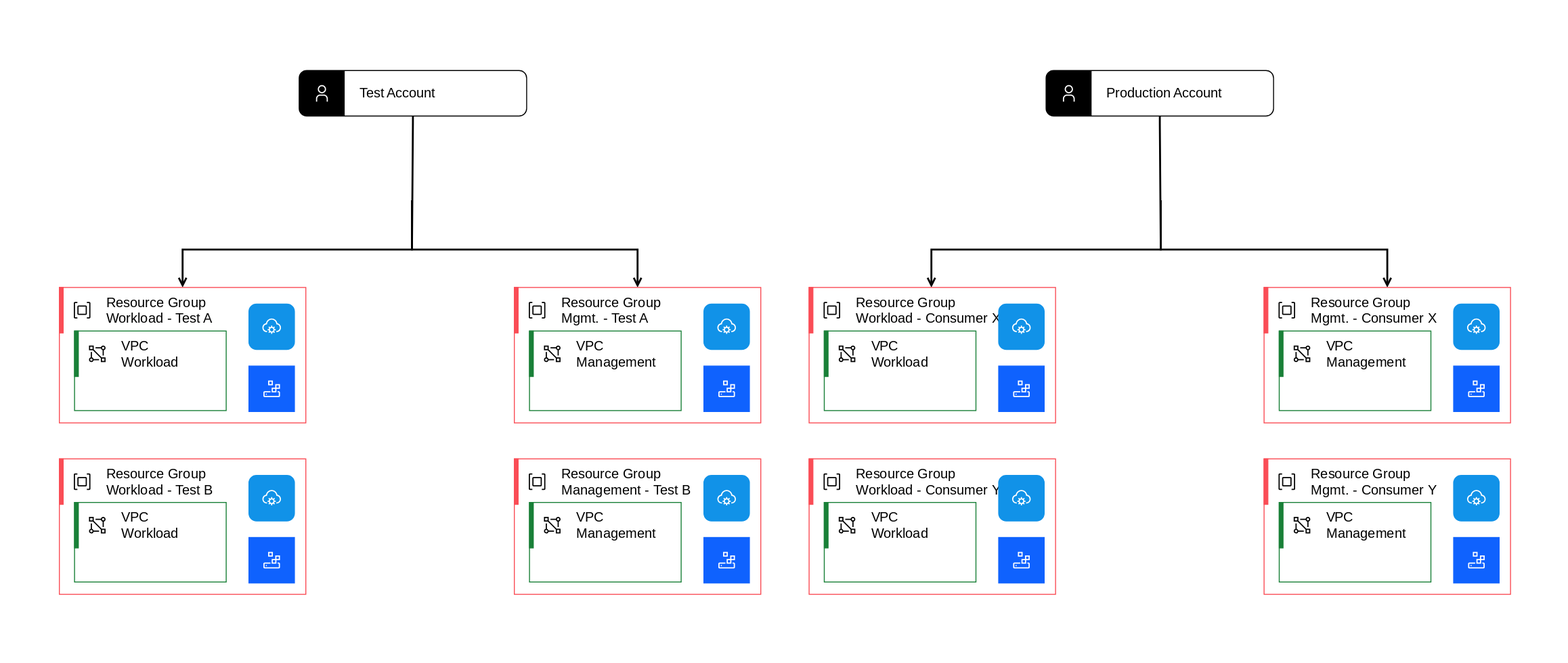
The draw.io diagram vpc/images/resource-organization/vpc-accounts-two-with-multiple-resource-groups-beta2.drawio.svg in ibm-cloud-docs/framework-financial-services, before a commit. Source tidied: cells renumbered, new cells last; positions are measured from the earlier drawing's top-left corner, leaving out a move shared by most shapes.
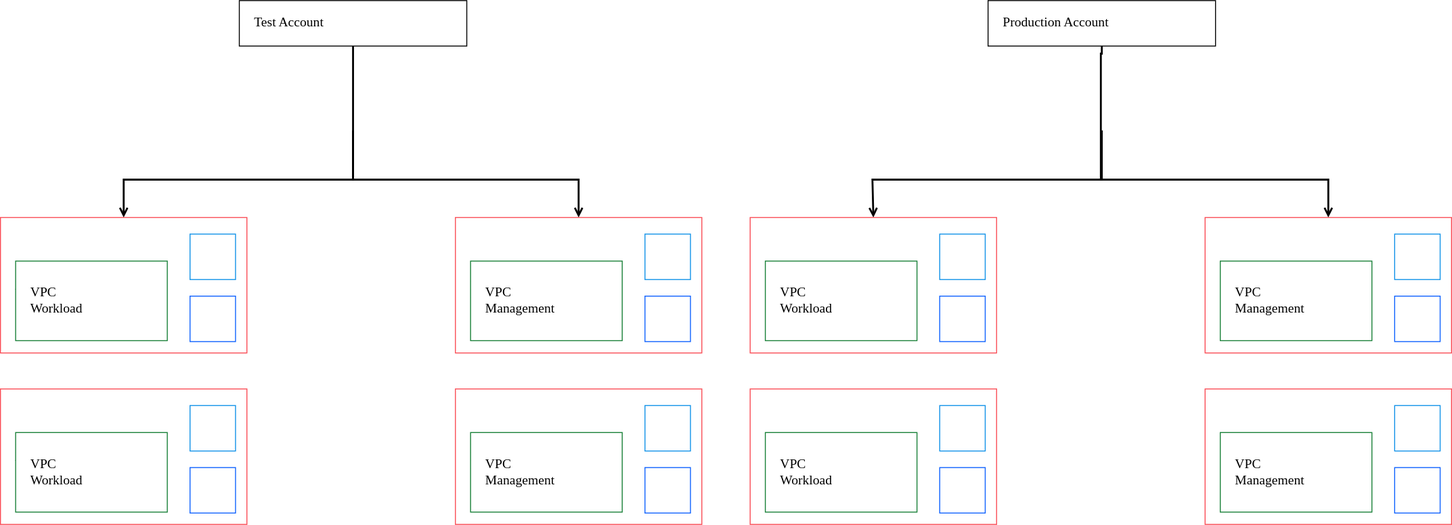
The same diagram one commit later.

Diff of the diagram source:
```diff
@@ -1,15 +1,15 @@
-<mxGraphModel>
+<mxGraphModel background="#FFFFFF">
   <root>
     <mxCell id="0" />
     <mxCell id="1" parent="0" />
     <object id="2" label="&lt;font style='font-size: 14px' face='IBM Plex Sans SmBld'&gt;%Primary-Label%&lt;/font&gt;&lt;BR&gt;&lt;font style='font-size: 14px' face='IBM Plex Sans Regular'&gt;%Secondary-Text%&lt;/font&gt;" Badge-Text="" Icon-Name="user" Primary-Label="Test Account" Secondary-Text="" placeholders="1">
       <mxCell style="shape=mxgraph.ibm.base;ibmType=nodel;ibmLayout=expandedStack;strokeColor=#000000;fillColor=default;html=1;whiteSpace=wrap;fontFamily=IBM Plex Sans Regular;fontSize=14;image=;align=left;verticalAlign=middle;labelPosition=center;verticalLabelPosition=middle;spacing=0;spacingLeft=16;spacingRight=16;spacingTop=0;spacingBottom=0;fontColor=#000000;stackFill=1;" parent="1" vertex="1">
-        <mxGeometry x="253" width="240" height="48" as="geometry" />
+        <mxGeometry x="252" width="240" height="48" as="geometry" />
       </mxCell>
     </object>
     <object id="3" label="&lt;font style='font-size: 14px' face='IBM Plex Sans SmBld'&gt;%Primary-Label%&lt;/font&gt;&lt;BR&gt;&lt;font style='font-size: 14px' face='IBM Plex Sans Regular'&gt;%Secondary-Text%&lt;/font&gt;" Badge-Text="" Icon-Name="user" Primary-Label="Production Account" Secondary-Text="" placeholders="1">
       <mxCell style="shape=mxgraph.ibm.base;ibmType=nodel;ibmLayout=expandedStack;strokeColor=#000000;fillColor=default;html=1;whiteSpace=wrap;fontFamily=IBM Plex Sans Regular;fontSize=14;image=;align=left;verticalAlign=middle;labelPosition=center;verticalLabelPosition=middle;spacing=0;spacingLeft=16;spacingRight=16;spacingTop=0;spacingBottom=0;fontColor=#000000;stackFill=1;" parent="1" vertex="1">
-        <mxGeometry x="1041" width="240" height="48" as="geometry" />
+        <mxGeometry x="1042" width="240" height="48" as="geometry" />
       </mxCell>
     </object>
     <mxCell id="4" style="edgeStyle=orthogonalEdgeStyle;rounded=0;jettySize=auto;html=1;exitX=0.5;exitY=1;exitDx=0;exitDy=0;exitPerimeter=0;entryX=0.5;entryY=0;entryDx=0;entryDy=0;entryPerimeter=0;fontSize=10;endArrow=open;endFill=0;strokeWidth=2;" parent="1" edge="1" target="6">
```
